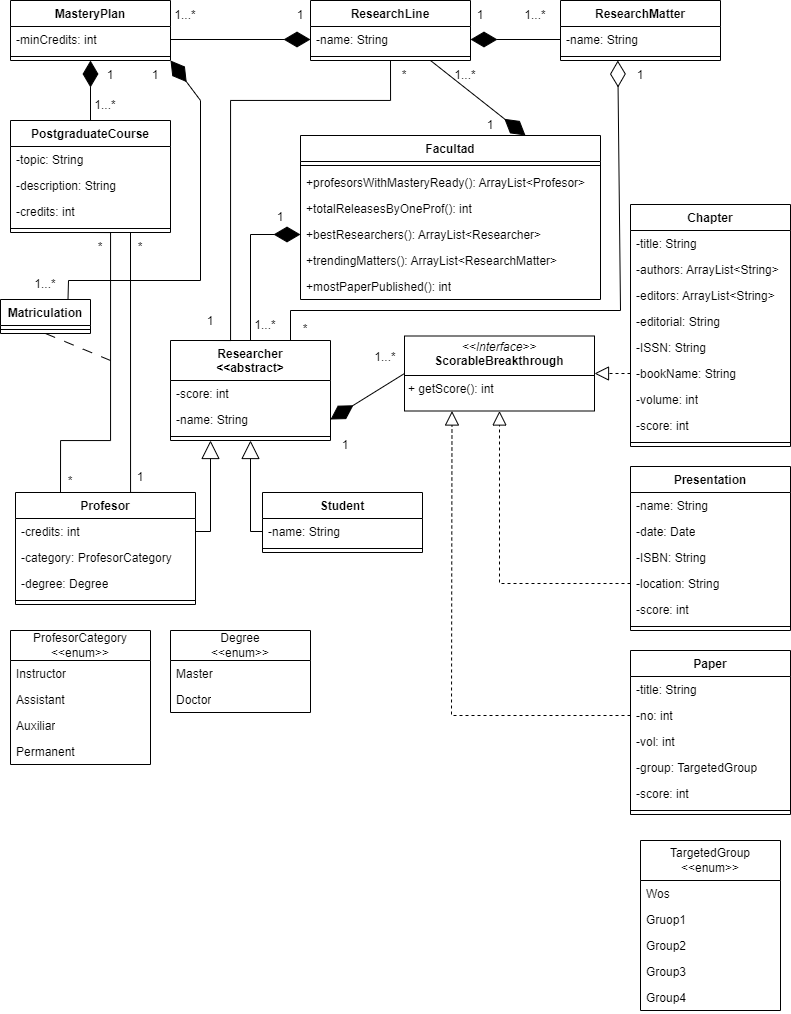
This is dpoo_final_project_diagram.drawio.png from mbrianp05/dpoo-final-project, a draw.io export, as it was before one commit. Source tidied: cells renumbered, new cells last; positions are measured from the earlier drawing's top-left corner, leaving out a move shared by most shapes.
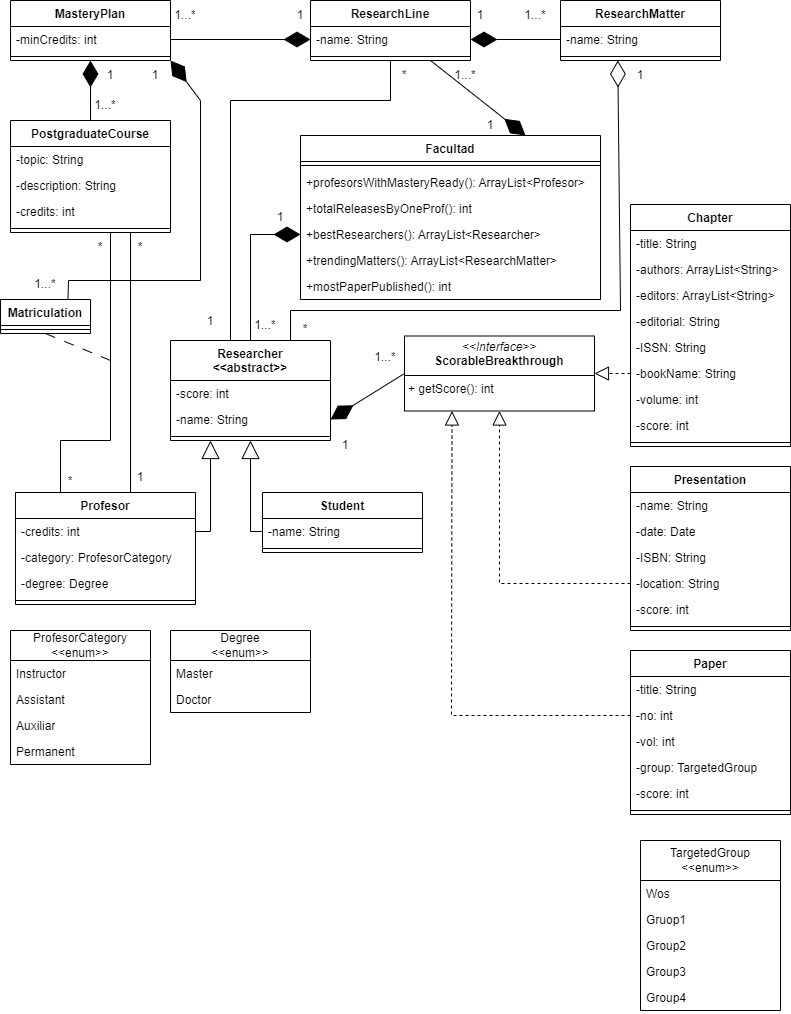
Later version of the same file.

Diff of the diagram source:
```diff
@@ -41,7 +41,7 @@
     <mxCell id="14" style="line;strokeWidth=1;fillColor=none;align=left;verticalAlign=middle;spacingTop=-1;spacingLeft=3;spacingRight=3;labelPosition=right;points=[];portConstraint=eastwest;strokeColor=inherit;" parent="12" vertex="1">
       <mxGeometry y="52" width="160" height="8" as="geometry" />
     </mxCell>
-    <mxCell id="15" value="Researcher&lt;div&gt;&amp;lt;&amp;lt;abstract&amp;gt;&lt;/div&gt;" style="swimlane;fontStyle=1;align=center;verticalAlign=top;horizontal=1;startSize=40;whiteSpace=wrap;html=1;" parent="1" vertex="1">
+    <mxCell id="15" value="Researcher&lt;div&gt;&amp;lt;&amp;lt;abstract&amp;gt;&amp;gt;&lt;/div&gt;" style="swimlane;fontStyle=1;align=center;verticalAlign=top;horizontal=1;startSize=40;whiteSpace=wrap;html=1;" parent="1" vertex="1">
       <mxGeometry x="170" y="340" width="160" height="100" as="geometry" />
     </mxCell>
     <mxCell id="16" value="-score: int" style="text;strokeColor=none;fillColor=none;align=left;verticalAlign=top;spacingLeft=4;spacingRight=4;overflow=hidden;whiteSpace=wrap;html=1;" parent="15" vertex="1">
```
